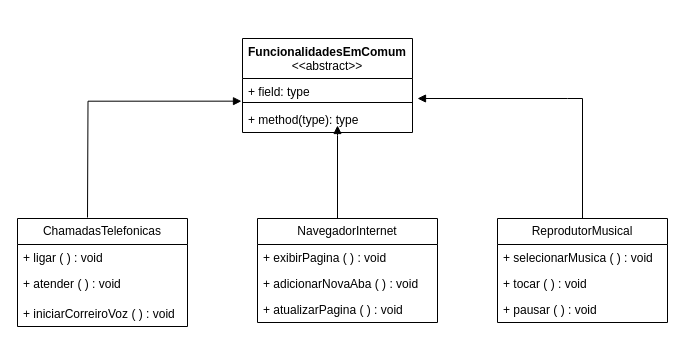
Earlier version of the draw.io diagram diagrama-modelagem-iphone-poo.drawio (danieleamorimr/desafio-modelando-iphone-poo). Source tidied: cells renumbered, new cells numbered last; positions are measured from the earlier drawing's top-left corner, leaving out a move shared by most shapes. Both pictures are drawn from the tidied source at 100%, with x=0, y=0 at pixel (17, 38).
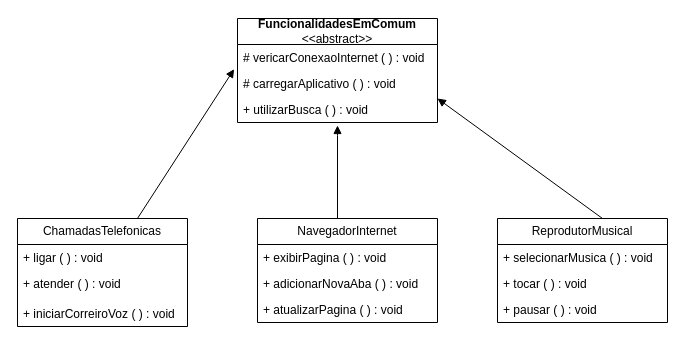
The same diagram, later.

The change refers to these unchanged cells:
```xml
<mxCell id="6" value="ChamadasTelefonicas" style="swimlane;fontStyle=0;horizontal=1;startSize=26;fillColor=none;whiteSpace=wrap;html=1;" parent="1" vertex="1">
  <mxGeometry y="180" width="170" height="108" as="geometry" />
</mxCell>
<mxCell id="14" value="ReprodutorMusical" style="swimlane;fontStyle=0;horizontal=1;startSize=26;fillColor=none;whiteSpace=wrap;html=1;" parent="1" vertex="1">
  <mxGeometry x="480" y="180" width="170" height="104" as="geometry" />
</mxCell>
```

The edit, as a diff of the source:
```diff
@@
-    <mxCell id="2" value="FuncionalidadesEmComum&lt;div&gt;&lt;span style=&quot;font-weight: normal;&quot;&gt;&amp;lt;&amp;lt;abstract&amp;gt;&amp;gt;&lt;/span&gt;&lt;/div&gt;" style="swimlane;fontStyle=1;align=center;verticalAlign=top;horizontal=1;startSize=40;whiteSpace=wrap;html=1;" parent="1" vertex="1">
-      <mxGeometry x="225" width="170" height="94" as="geometry" />
-    </mxCell>
-    <mxCell id="3" value="+ field: type" style="text;strokeColor=none;fillColor=none;align=left;verticalAlign=top;spacingLeft=4;spacingRight=4;overflow=hidden;points=[[0,0.5],[1,0.5]];portConstraint=eastwest;whiteSpace=wrap;html=1;" parent="2" vertex="1">
-      <mxGeometry y="40" width="170" height="20" as="geometry" />
-    </mxCell>
-    <mxCell id="4" style="line;strokeWidth=1;fillColor=none;align=left;verticalAlign=middle;spacingTop=-1;spacingLeft=3;spacingRight=3;labelPosition=right;strokeColor=inherit;" parent="2" vertex="1">
-      <mxGeometry y="60" width="170" height="8" as="geometry" />
-    </mxCell>
-    <mxCell id="5" value="+ method(type): type" style="text;strokeColor=none;fillColor=none;align=left;verticalAlign=top;spacingLeft=4;spacingRight=4;overflow=hidden;whiteSpace=wrap;html=1;" parent="2" vertex="1">
-      <mxGeometry y="68" width="170" height="26" as="geometry" />
-    </mxCell>
@@
-    <mxCell id="19" style="endArrow=block;endFill=1;html=1;edgeStyle=orthogonalEdgeStyle;align=left;verticalAlign=top;rounded=0;entryX=-0.006;entryY=1.133;entryDx=0;entryDy=0;entryPerimeter=0;" parent="1" edge="1" target="3">
-      <mxGeometry x="-1" relative="1" as="geometry">
-        <mxPoint x="70" y="179" as="sourcePoint" />
-      </mxGeometry>
+    <mxCell id="19" style="endArrow=block;endFill=1;html=1;align=left;verticalAlign=top;rounded=0;entryX=-0.017;entryY=0.949;entryDx=0;entryDy=0;entryPerimeter=0;" parent="1" edge="1" source="6" target="21">
+      <mxGeometry x="-1" relative="1" as="geometry" />
     </mxCell>
-    <mxCell id="20" style="endArrow=block;endFill=1;html=1;edgeStyle=orthogonalEdgeStyle;align=left;verticalAlign=top;rounded=0;exitX=0.5;exitY=0;exitDx=0;exitDy=0;" parent="1" edge="1" source="14">
+    <mxCell id="20" style="endArrow=block;endFill=1;html=1;align=left;verticalAlign=top;rounded=0;exitX=0.5;exitY=0;exitDx=0;exitDy=0;" parent="1" edge="1">
       <mxGeometry x="-1" relative="1" as="geometry">
-        <mxPoint x="400" y="60" as="targetPoint" />
-        <Array as="points">
-          <mxPoint x="550" y="60" />
-          <mxPoint x="400" y="60" />
-        </Array>
+        <mxPoint x="585" y="180" as="sourcePoint" />
+        <mxPoint x="420" y="60" as="targetPoint" />
       </mxGeometry>
     </mxCell>
+    <mxCell id="2" value="&lt;span style=&quot;font-weight: 700;&quot;&gt;FuncionalidadesEmComum&lt;/span&gt;&lt;div style=&quot;font-weight: 700;&quot;&gt;&lt;span style=&quot;font-weight: normal;&quot;&gt;&amp;lt;&amp;lt;abstract&amp;gt;&amp;gt;&lt;/span&gt;&lt;/div&gt;" style="swimlane;fontStyle=0;horizontal=1;startSize=26;fillColor=none;whiteSpace=wrap;html=1;" parent="1" vertex="1">
+      <mxGeometry x="220" y="-20" width="200" height="104" as="geometry" />
+    </mxCell>
+    <mxCell id="21" value="# vericarConexaoInternet ( ) : void" style="text;strokeColor=none;fillColor=none;align=left;verticalAlign=top;spacingLeft=4;spacingRight=4;overflow=hidden;points=[[0,0.5],[1,0.5]];portConstraint=eastwest;whiteSpace=wrap;html=1;" parent="2" vertex="1">
+      <mxGeometry y="26" width="200" height="26" as="geometry" />
+    </mxCell>
+    <mxCell id="22" value="# carregarAplicativo ( ) : void&lt;div&gt;&lt;br&gt;&lt;/div&gt;&lt;div&gt;&lt;br&gt;&lt;/div&gt;&lt;div&gt;&lt;br&gt;&lt;/div&gt;" style="text;strokeColor=none;fillColor=none;align=left;verticalAlign=top;spacingLeft=4;spacingRight=4;overflow=hidden;whiteSpace=wrap;html=1;" parent="2" vertex="1">
+      <mxGeometry y="52" width="200" height="26" as="geometry" />
+    </mxCell>
+    <mxCell id="23" value="+ utilizarBusca ( ) : void" style="text;strokeColor=none;fillColor=none;align=left;verticalAlign=top;spacingLeft=4;spacingRight=4;overflow=hidden;whiteSpace=wrap;html=1;" parent="2" vertex="1">
+      <mxGeometry y="78" width="200" height="26" as="geometry" />
+    </mxCell>
```
